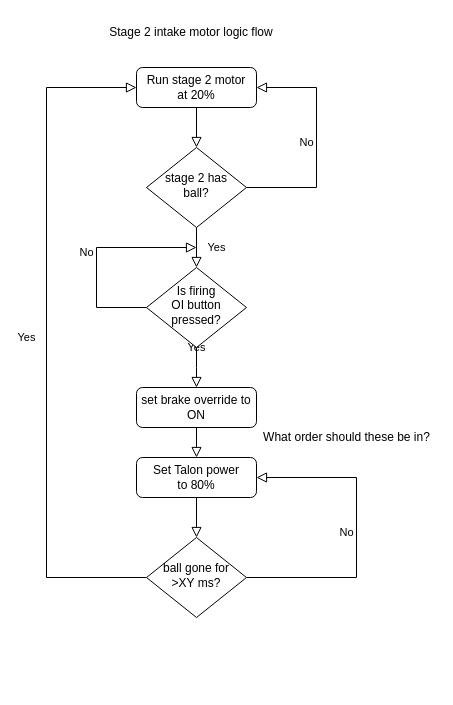
The draw.io diagram diagrams/stage 2 intake motor control.drawio in FRC-2928/VikingRobot2022, before the edit. Source tidied: cells renumbered, new cells numbered last; positions are measured from the earlier drawing's top-left corner, leaving out a move shared by most shapes. Both pictures are drawn from the tidied source at 100%, with x=0, y=0 at pixel (26, 17).
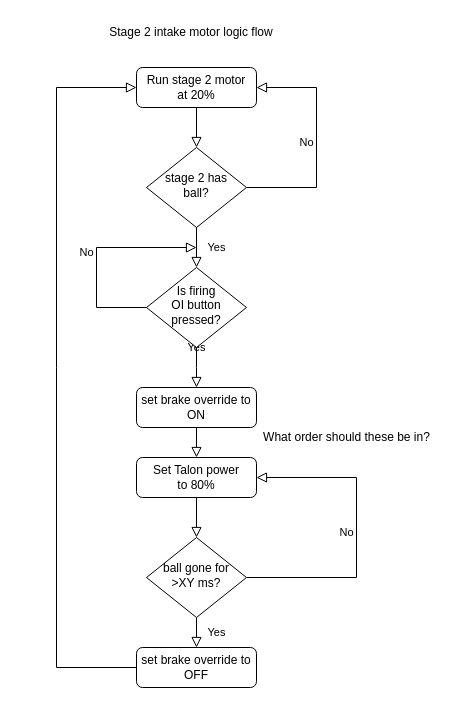
The same page after the edit.

Commit message:
fix logic for setting override.

Unchanged cells that the change refers to:
```xml
<mxCell id="3" value="&lt;div&gt;Run stage 2 motor&lt;/div&gt;&lt;div&gt;at 20%&lt;br&gt;&lt;/div&gt;" style="rounded=1;whiteSpace=wrap;html=1;fontSize=12;glass=0;strokeWidth=1;shadow=0;" parent="1" vertex="1">
  <mxGeometry x="110" y="50" width="120" height="40" as="geometry" />
</mxCell>
<mxCell id="11" value="&lt;div&gt;ball gone for&lt;/div&gt;&lt;div&gt;&amp;gt;XY ms?&lt;br&gt;&lt;/div&gt;" style="rhombus;whiteSpace=wrap;html=1;shadow=0;fontFamily=Helvetica;fontSize=12;align=center;strokeWidth=1;spacing=6;spacingTop=-4;" parent="1" vertex="1">
  <mxGeometry x="120" y="520" width="100" height="80" as="geometry" />
</mxCell>
```

What changed in the source:
```diff
@@
-    <mxCell id="13" value="Yes" style="rounded=0;html=1;jettySize=auto;fontSize=11;endArrow=block;endFill=0;endSize=8;strokeWidth=1;shadow=0;labelBackgroundColor=none;edgeStyle=orthogonalEdgeStyle;entryX=0;entryY=0.5;entryDx=0;entryDy=0;exitX=0;exitY=0.5;exitDx=0;exitDy=0;" parent="1" edge="1" source="11" target="3">
-      <mxGeometry y="20" relative="1" as="geometry">
-        <Array as="points">
-          <mxPoint x="20" y="560" />
-          <mxPoint x="20" y="70" />
-        </Array>
-      </mxGeometry>
-    </mxCell>
@@
+    <mxCell id="19" value="&lt;div&gt;set brake override to&lt;/div&gt;&lt;div&gt;OFF&lt;/div&gt;" style="rounded=1;whiteSpace=wrap;html=1;fontSize=12;glass=0;strokeWidth=1;shadow=0;" parent="1" vertex="1">
+      <mxGeometry x="110" y="630" width="120" height="40" as="geometry" />
+    </mxCell>
+    <mxCell id="13" value="Yes" style="rounded=0;html=1;jettySize=auto;fontSize=11;endArrow=block;endFill=0;endSize=8;strokeWidth=1;shadow=0;labelBackgroundColor=none;edgeStyle=orthogonalEdgeStyle;entryX=0.5;entryY=0;entryDx=0;entryDy=0;exitX=0.5;exitY=1;exitDx=0;exitDy=0;" parent="1" edge="1" source="11" target="19">
+      <mxGeometry y="20" relative="1" as="geometry" />
+    </mxCell>
+    <mxCell id="20" style="endArrow=block;html=1;rounded=0;exitX=0;exitY=0.5;exitDx=0;exitDy=0;endFill=0;endSize=8;entryX=0;entryY=0.5;entryDx=0;entryDy=0;" parent="1" edge="1" source="19" target="3">
+      <mxGeometry relative="1" as="geometry">
+        <Array as="points">
+          <mxPoint x="30" y="650" />
+          <mxPoint x="30" y="350" />
+          <mxPoint x="30" y="70" />
+        </Array>
+      </mxGeometry>
+    </mxCell>
```
